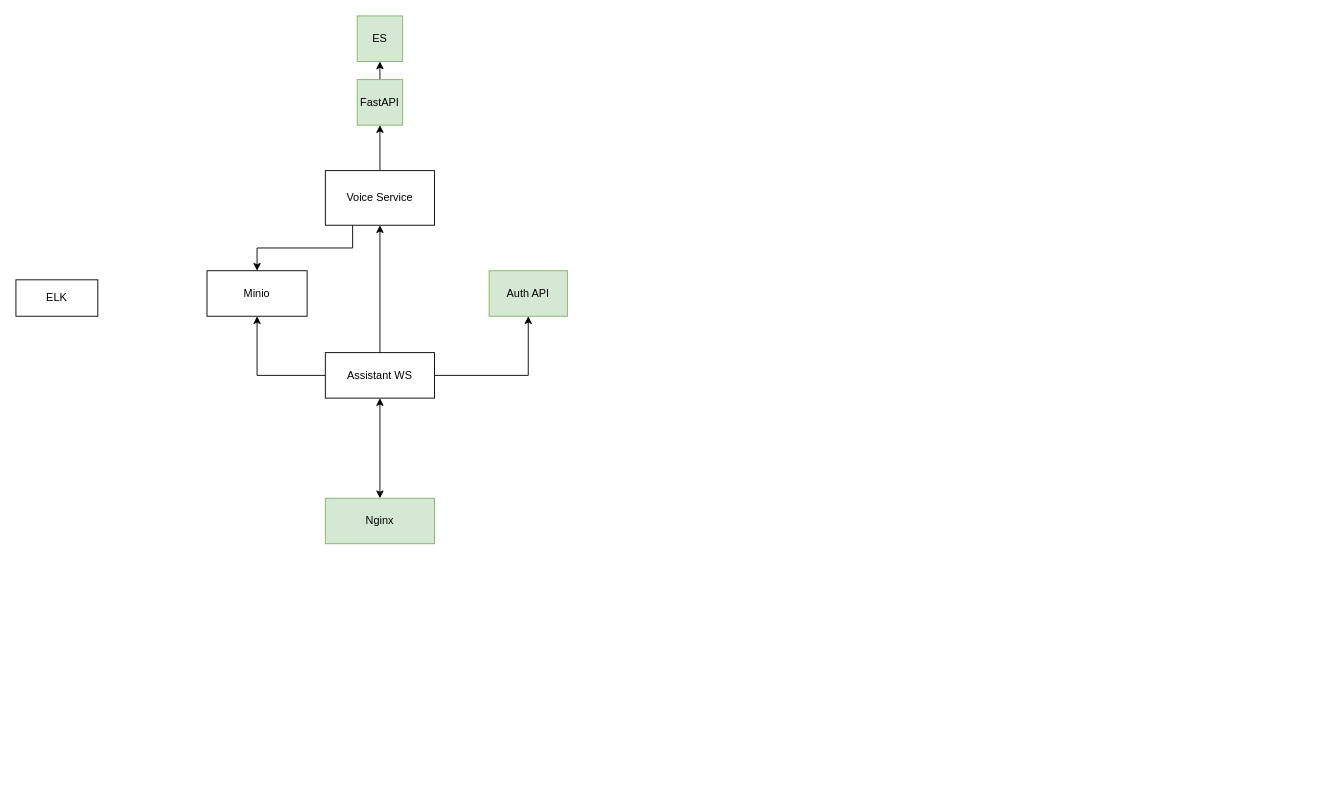
This is Копия Без названия.drawio from Quickaxe-Martina/schema, a draw.io file, before an edit. Source tidied: cells renumbered, new cells numbered last; positions are measured from the earlier drawing's top-left corner, leaving out a move shared by most shapes. Both pictures are drawn from the tidied source at 91%, with x=0, y=0 at pixel (15, 15).
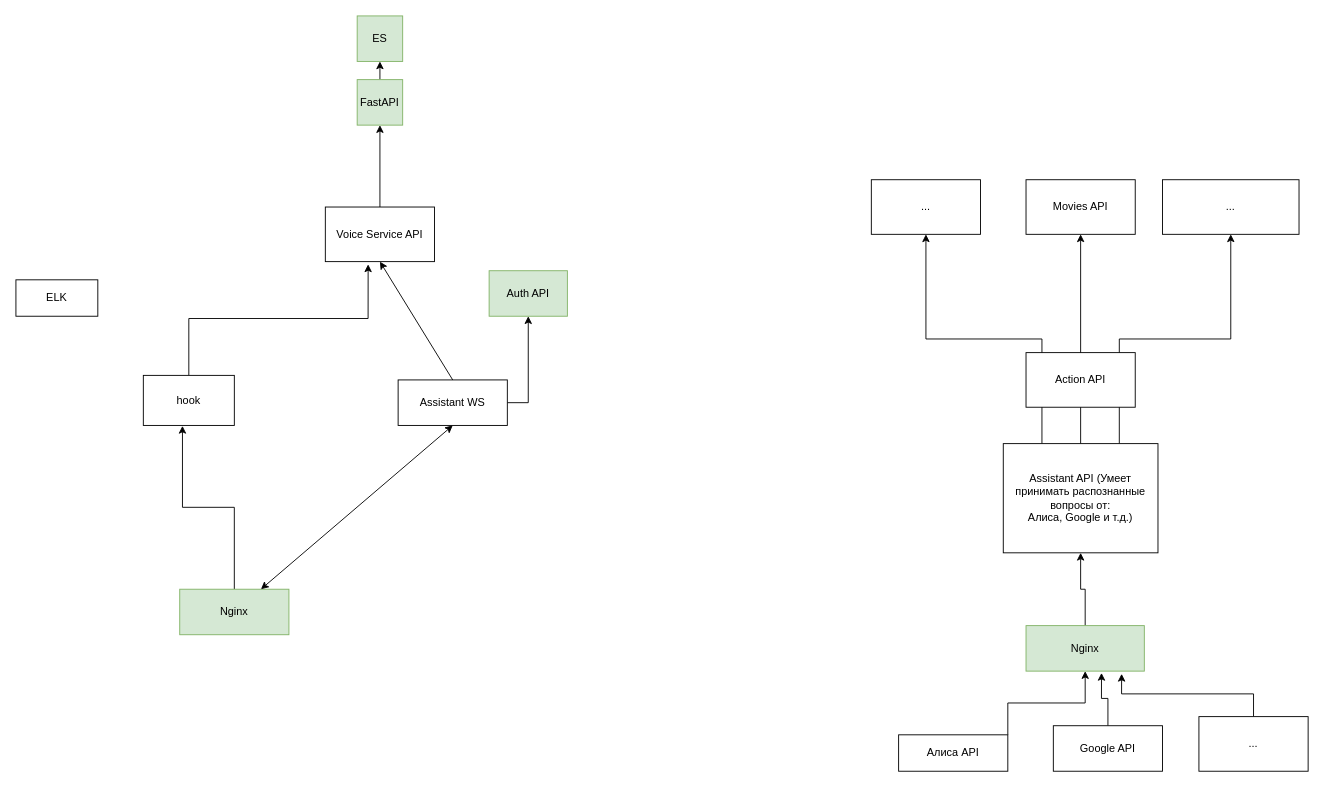
The same page after the edit.

What changed in the source:
```diff
@@
-    <mxCell id="5" style="edgeStyle=orthogonalEdgeStyle;rounded=0;jettySize=auto;html=1;exitX=0;exitY=0.5;exitDx=0;exitDy=0;entryX=0.5;entryY=1;entryDx=0;entryDy=0;fontFamily=Helvetica;fontSize=12;fontColor=default;" parent="1" edge="1" source="7" target="13">
-      <mxGeometry relative="1" as="geometry" />
-    </mxCell>
@@
     <mxCell id="7" value="Assistant WS" style="rounded=0;whiteSpace=wrap;html=1;" parent="1" vertex="1">
-      <mxGeometry x="340" y="370" width="120" height="50" as="geometry" />
+      <mxGeometry x="420" y="400" width="120" height="50" as="geometry" />
     </mxCell>
+    <mxCell id="17" style="edgeStyle=orthogonalEdgeStyle;rounded=0;jettySize=auto;html=1;exitX=0.5;exitY=0;exitDx=0;exitDy=0;entryX=0.43;entryY=1.009;entryDx=0;entryDy=0;entryPerimeter=0;" parent="1" edge="1" source="8" target="19">
+      <mxGeometry relative="1" as="geometry" />
+    </mxCell>
     <mxCell id="8" value="Nginx" style="rounded=0;whiteSpace=wrap;html=1;strokeColor=#82b366;fontFamily=Helvetica;fontSize=12;fillColor=#d5e8d4;" parent="1" vertex="1">
-      <mxGeometry x="340" y="530" width="120" height="50" as="geometry" />
+      <mxGeometry x="180" y="630" width="120" height="50" as="geometry" />
     </mxCell>
@@
-    <mxCell id="10" style="edgeStyle=orthogonalEdgeStyle;rounded=0;jettySize=auto;html=1;exitX=0.25;exitY=1;exitDx=0;exitDy=0;entryX=0.5;entryY=0;entryDx=0;entryDy=0;fontFamily=Helvetica;fontSize=12;fontColor=default;" parent="1" edge="1" source="12" target="13">
-      <mxGeometry relative="1" as="geometry" />
-    </mxCell>
@@
-    <mxCell id="12" value="Voice Service" style="rounded=0;whiteSpace=wrap;html=1;strokeColor=default;fontFamily=Helvetica;fontSize=12;fontColor=default;fillColor=default;" parent="1" vertex="1">
-      <mxGeometry x="340" y="170" width="120" height="60" as="geometry" />
+    <mxCell id="12" value="Voice Service API" style="rounded=0;whiteSpace=wrap;html=1;strokeColor=default;fontFamily=Helvetica;fontSize=12;fontColor=default;fillColor=default;" parent="1" vertex="1">
+      <mxGeometry x="340" y="210" width="120" height="60" as="geometry" />
     </mxCell>
-    <mxCell id="13" value="Minio" style="rounded=0;whiteSpace=wrap;html=1;strokeColor=default;fontFamily=Helvetica;fontSize=12;fontColor=default;fillColor=default;" parent="1" vertex="1">
-      <mxGeometry x="210" y="280" width="110" height="50" as="geometry" />
-    </mxCell>
@@
+    <mxCell id="18" style="edgeStyle=orthogonalEdgeStyle;rounded=0;jettySize=auto;html=1;exitX=0.5;exitY=0;exitDx=0;exitDy=0;entryX=0.392;entryY=1.05;entryDx=0;entryDy=0;entryPerimeter=0;" parent="1" edge="1" source="19" target="12">
+      <mxGeometry relative="1" as="geometry" />
+    </mxCell>
+    <mxCell id="19" value="hook" style="rounded=0;whiteSpace=wrap;html=1;" parent="1" vertex="1">
+      <mxGeometry x="140" y="395" width="100" height="55" as="geometry" />
+    </mxCell>
+    <mxCell id="20" style="edgeStyle=orthogonalEdgeStyle;rounded=0;jettySize=auto;html=1;exitX=0.5;exitY=0;exitDx=0;exitDy=0;entryX=0.5;entryY=1;entryDx=0;entryDy=0;" parent="1" edge="1" source="21" target="25">
+      <mxGeometry relative="1" as="geometry" />
+    </mxCell>
+    <mxCell id="21" value="Nginx" style="rounded=0;whiteSpace=wrap;html=1;strokeColor=#82b366;fontFamily=Helvetica;fontSize=12;fillColor=#d5e8d4;" parent="1" vertex="1">
+      <mxGeometry x="1110" y="670" width="130" height="50" as="geometry" />
+    </mxCell>
+    <mxCell id="22" style="edgeStyle=orthogonalEdgeStyle;rounded=0;jettySize=auto;html=1;exitX=0.5;exitY=0;exitDx=0;exitDy=0;entryX=0.5;entryY=1;entryDx=0;entryDy=0;" parent="1" edge="1" source="25" target="32">
+      <mxGeometry relative="1" as="geometry" />
+    </mxCell>
+    <mxCell id="23" style="edgeStyle=orthogonalEdgeStyle;rounded=0;jettySize=auto;html=1;exitX=0.25;exitY=0;exitDx=0;exitDy=0;entryX=0.5;entryY=1;entryDx=0;entryDy=0;" parent="1" edge="1" source="25" target="33">
+      <mxGeometry relative="1" as="geometry" />
+    </mxCell>
+    <mxCell id="24" style="edgeStyle=orthogonalEdgeStyle;rounded=0;jettySize=auto;html=1;exitX=0.75;exitY=0;exitDx=0;exitDy=0;entryX=0.5;entryY=1;entryDx=0;entryDy=0;" parent="1" edge="1" source="25" target="34">
+      <mxGeometry relative="1" as="geometry" />
+    </mxCell>
+    <mxCell id="25" value="Assistant API (Умеет принимать распознанные вопросы от:&lt;br&gt;Алиса, Google и т.д.)&lt;br&gt;" style="rounded=0;whiteSpace=wrap;html=1;" parent="1" vertex="1">
+      <mxGeometry x="1085" y="470" width="170" height="120" as="geometry" />
+    </mxCell>
+    <mxCell id="26" style="edgeStyle=orthogonalEdgeStyle;rounded=0;jettySize=auto;html=1;exitX=1;exitY=0;exitDx=0;exitDy=0;entryX=0.5;entryY=1;entryDx=0;entryDy=0;" parent="1" edge="1" source="27" target="21">
+      <mxGeometry relative="1" as="geometry" />
+    </mxCell>
+    <mxCell id="27" value="Алиса API" style="rounded=0;whiteSpace=wrap;html=1;" parent="1" vertex="1">
+      <mxGeometry x="970" y="790" width="120" height="40" as="geometry" />
+    </mxCell>
+    <mxCell id="28" style="edgeStyle=orthogonalEdgeStyle;rounded=0;jettySize=auto;html=1;exitX=0.5;exitY=0;exitDx=0;exitDy=0;entryX=0.638;entryY=1.04;entryDx=0;entryDy=0;entryPerimeter=0;" parent="1" edge="1" source="29" target="21">
+      <mxGeometry relative="1" as="geometry" />
+    </mxCell>
+    <mxCell id="29" value="Google API" style="rounded=0;whiteSpace=wrap;html=1;" parent="1" vertex="1">
+      <mxGeometry x="1140" y="780" width="120" height="50" as="geometry" />
+    </mxCell>
+    <mxCell id="30" style="edgeStyle=orthogonalEdgeStyle;rounded=0;jettySize=auto;html=1;exitX=0.5;exitY=0;exitDx=0;exitDy=0;entryX=0.808;entryY=1.06;entryDx=0;entryDy=0;entryPerimeter=0;" parent="1" edge="1" source="31" target="21">
+      <mxGeometry relative="1" as="geometry" />
+    </mxCell>
+    <mxCell id="31" value="..." style="rounded=0;whiteSpace=wrap;html=1;" parent="1" vertex="1">
+      <mxGeometry x="1300" y="770" width="120" height="60" as="geometry" />
+    </mxCell>
+    <mxCell id="32" value="Movies API" style="rounded=0;whiteSpace=wrap;html=1;" parent="1" vertex="1">
+      <mxGeometry x="1110" y="180" width="120" height="60" as="geometry" />
+    </mxCell>
+    <mxCell id="33" value="..." style="rounded=0;whiteSpace=wrap;html=1;" parent="1" vertex="1">
+      <mxGeometry x="940" y="180" width="120" height="60" as="geometry" />
+    </mxCell>
+    <mxCell id="34" value="..." style="rounded=0;whiteSpace=wrap;html=1;" parent="1" vertex="1">
+      <mxGeometry x="1260" y="180" width="150" height="60" as="geometry" />
+    </mxCell>
+    <mxCell id="35" value="Action API" style="rounded=0;whiteSpace=wrap;html=1;" parent="1" vertex="1">
+      <mxGeometry x="1110" y="370" width="120" height="60" as="geometry" />
+    </mxCell>
```
